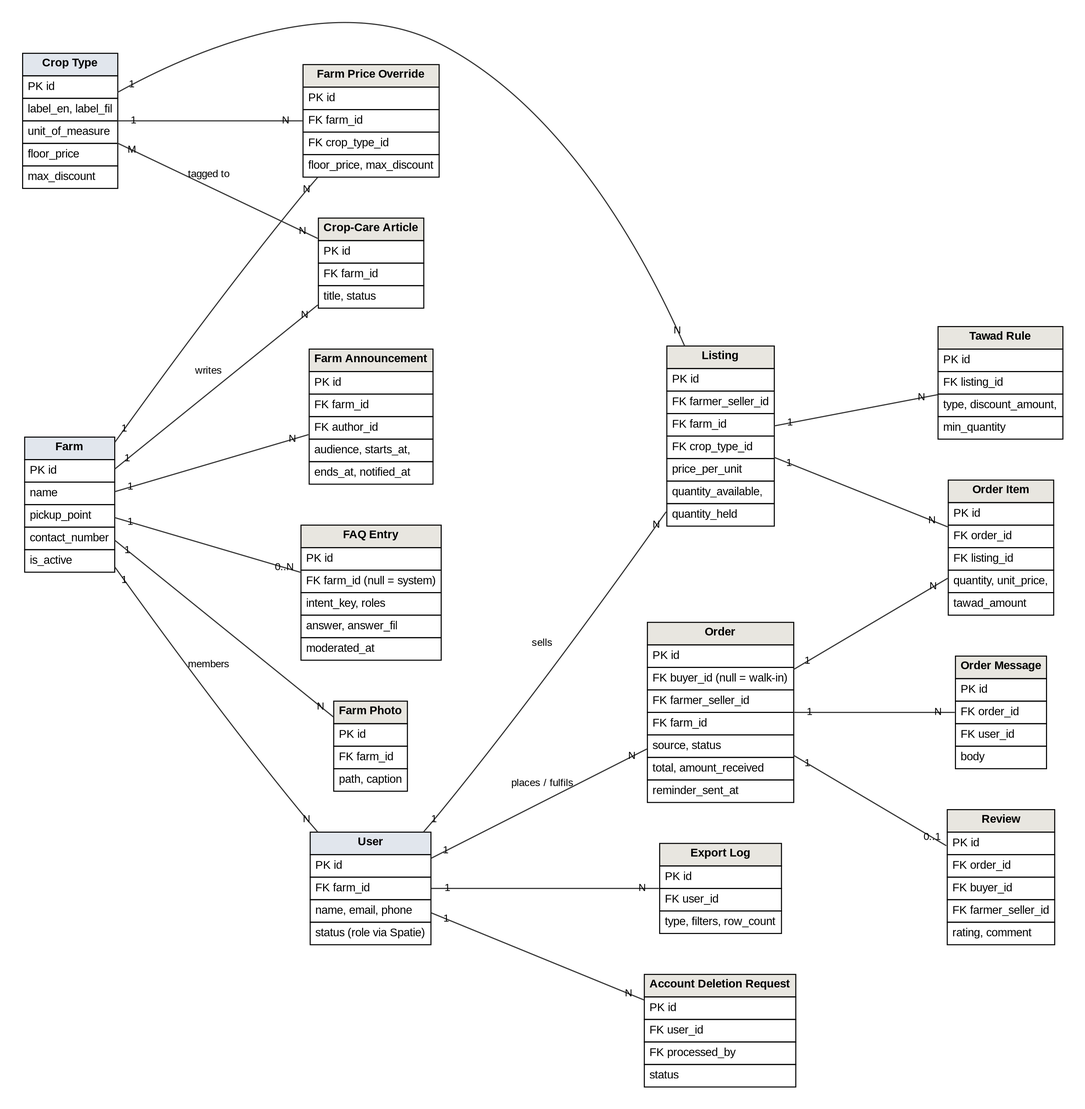
This is docs/manuscript/figures/fig7_erd.png from shawncastaneda11-commits/anihow-backend, a Graphviz export, as it was before one commit. Its source is kept beside it as docs/manuscript/figures/src/fig7_erd.dot.
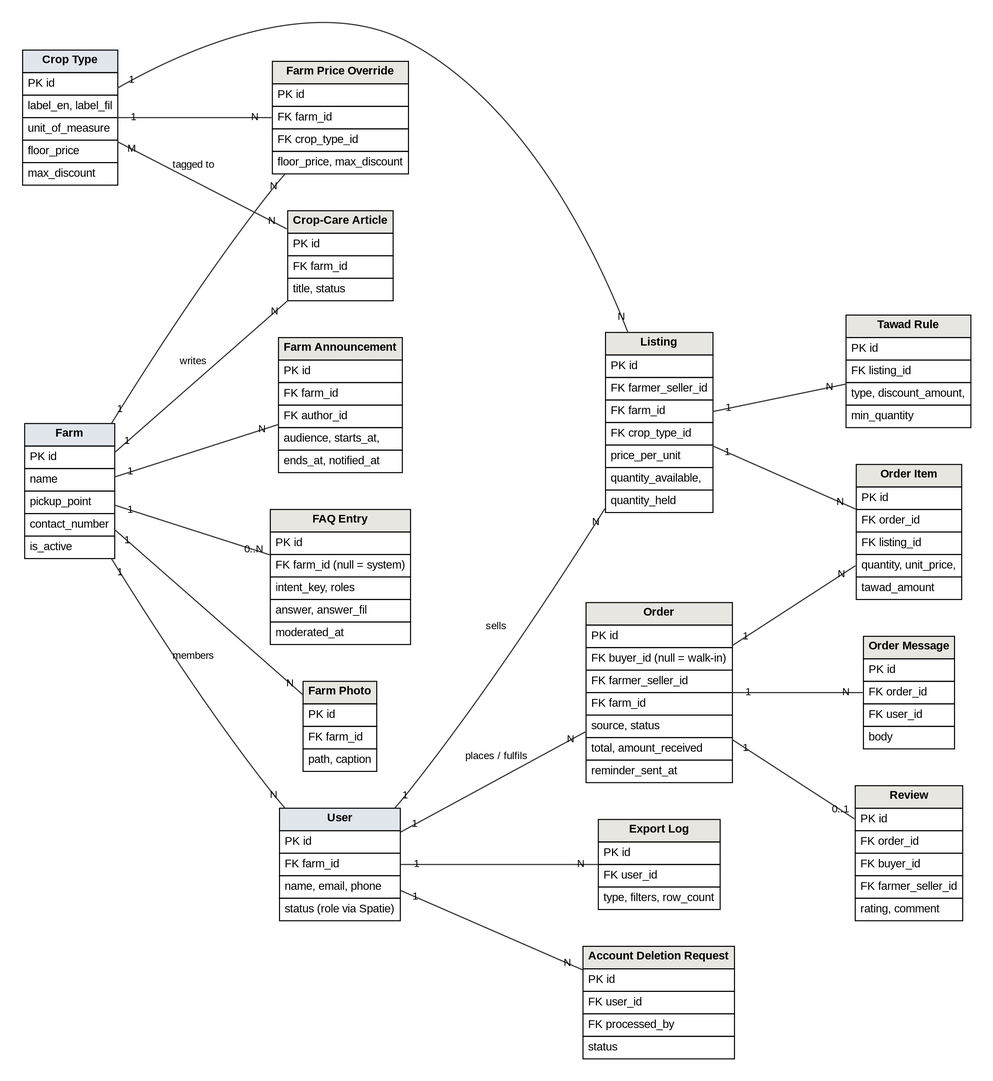
Later version of the same file.

Diff of the diagram source:
```diff
@@ -1,5 +1,5 @@
 digraph G {
-  graph [rankdir=LR, nodesep=0.55, ranksep=1.9, pad=0.3, fontname="Liberation Sans", splines=true, concentrate=false];
+  graph [rankdir=LR, nodesep=0.5, ranksep=1.5, pad=0.3, fontname="Liberation Sans", splines=true, concentrate=false];
   node  [shape=plain, fontname="Liberation Sans", fontsize=11];
   edge  [arrowhead=none, penwidth=1.1, color="#333333", fontname="Liberation Sans", fontsize=10, labelfontsize=10, labeldistance=1.6, labelangle=0];
   farm [label=<<TABLE BORDER="0" CELLBORDER="1" CELLSPACING="0" CELLPADDING="4"><TR><TD BGCOLOR="#E1E6ED"><B>Farm</B></TD></TR><TR><TD ALIGN="LEFT" BALIGN="LEFT">PK id</TD></TR><TR><TD ALIGN="LEFT" BALIGN="LEFT">name</TD></TR><TR><TD ALIGN="LEFT" BALIGN="LEFT">pickup_point</TD></TR><TR><TD ALIGN="LEFT" BALIGN="LEFT">contact_number</TD></TR><TR><TD ALIGN="LEFT" BALIGN="LEFT">is_active</TD></TR></TABLE>>];
```
